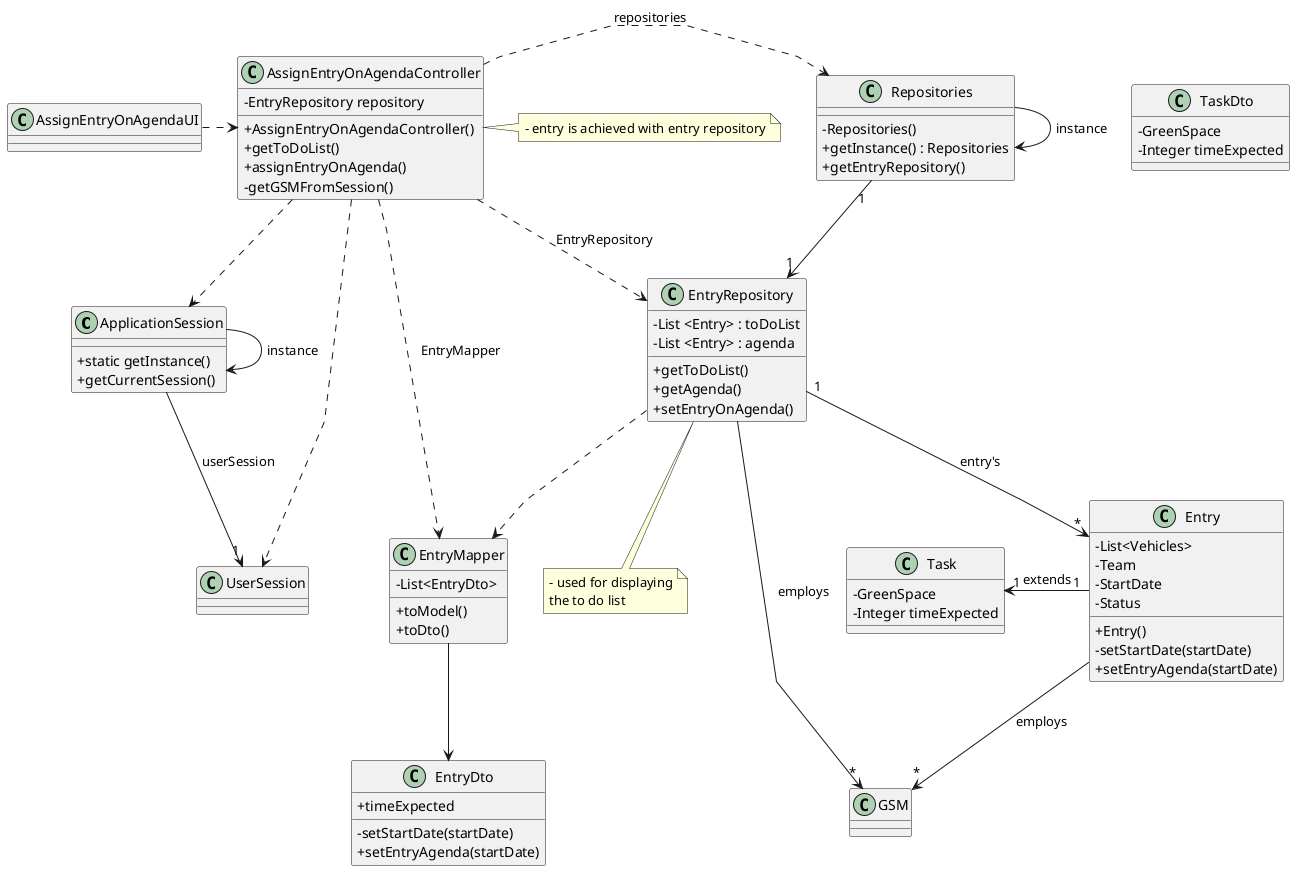
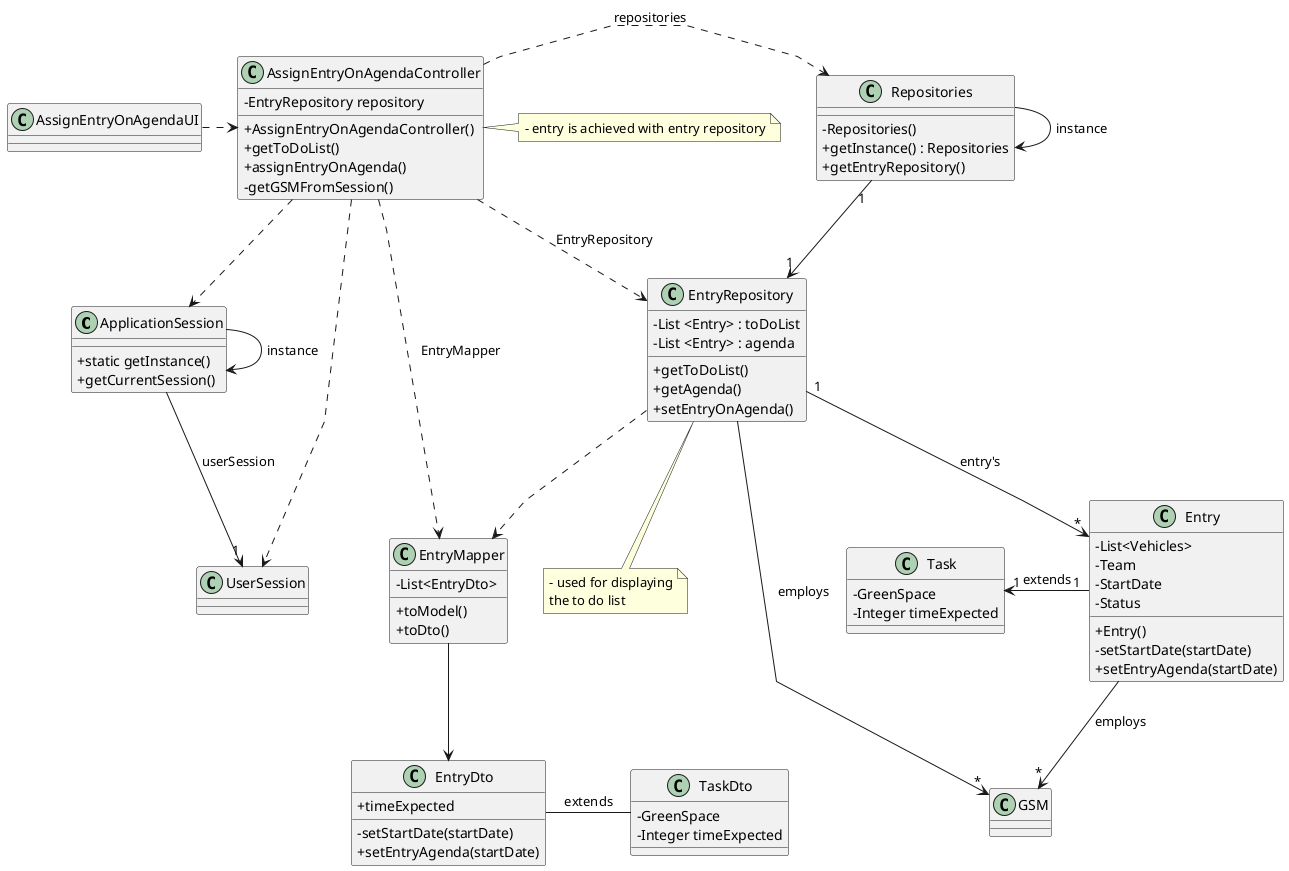
@startuml
'skinparam monochrome true
skinparam packageStyle rectangle
skinparam shadowing false
skinparam linetype polyline
'skinparam linetype orto

skinparam classAttributeIconSize 0

'left to right direction

class ApplicationSession{
    + static getInstance()
    + getCurrentSession()
}

class UserSession{
}

class GSM {
}


class Entry {
    - List<Vehicles>
    - Team
    - StartDate
    - Status
    + Entry()
    - setStartDate(startDate)
    + setEntryAgenda(startDate)
}

class Task{
    - GreenSpace
    - Integer timeExpected
}


class EntryRepository {
    - List <Entry> : toDoList
    - List <Entry> : agenda

    + getToDoList()
    + getAgenda()
    + setEntryOnAgenda()
}


class Repositories {
    - Repositories()
    + getInstance() : Repositories
    + getEntryRepository()
}

class AssignEntryOnAgendaController {
    - EntryRepository repository
    + AssignEntryOnAgendaController()
    + getToDoList()
    + assignEntryOnAgenda()
    - getGSMFromSession()
}

note right of AssignEntryOnAgendaController
    - entry is achieved with entry repository
end note

note bottom of EntryRepository
    - used for displaying
    the to do list
end note

class AssignEntryOnAgendaUI {
}

class EntryMapper{
    - List<EntryDto>
    + toModel()
    + toDto()
}

class EntryDto{
    + timeExpected
    - setStartDate(startDate)
    + setEntryAgenda(startDate)
}

class TaskDto{
    -GreenSpace
    -Integer timeExpected
}


Repositories -> Repositories : instance
ApplicationSession -> ApplicationSession : instance

AssignEntryOnAgendaUI .> AssignEntryOnAgendaController

AssignEntryOnAgendaController .> Repositories : repositories
Repositories "1" --> "1" EntryRepository

EntryRepository  ..>  EntryMapper

EntryMapper --> EntryDto

+ EntryDto - TaskDto : extends
+ 

AssignEntryOnAgendaController ..> EntryRepository : EntryRepository
AssignEntryOnAgendaController ..> EntryMapper : EntryMapper

ApplicationSession --> "1" UserSession : userSession
AssignEntryOnAgendaController ..> ApplicationSession
AssignEntryOnAgendaController ..> UserSession
EntryRepository "1" --> "*" Entry : entry's
EntryRepository --> "*" GSM : employs
Entry --> "*" GSM : employs
Task "1" <- "1" Entry : extends


@enduml